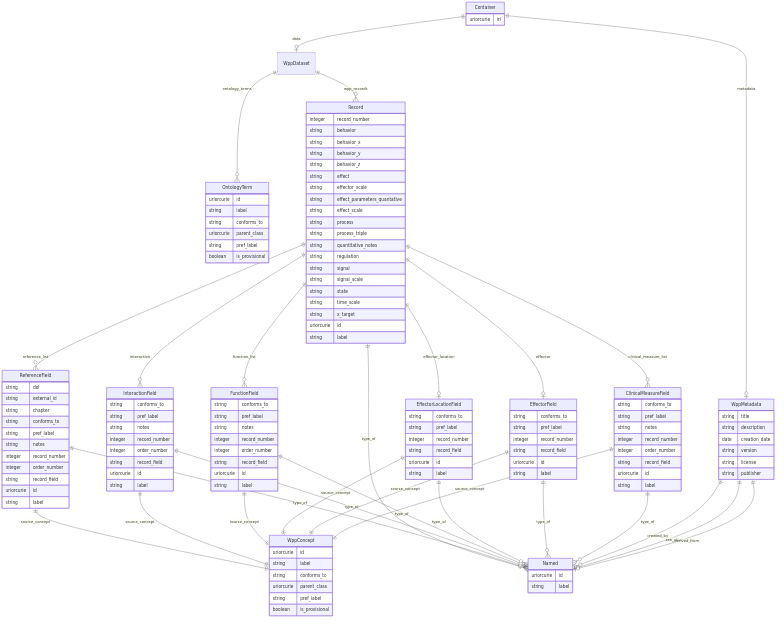
This is schema/wpp/draft/assets/schema.png from wholepersonproject/wpp-kg, a Mermaid export, as it was before one commit. Its source is kept beside it as schema/wpp/draft/assets/schema.mmd.
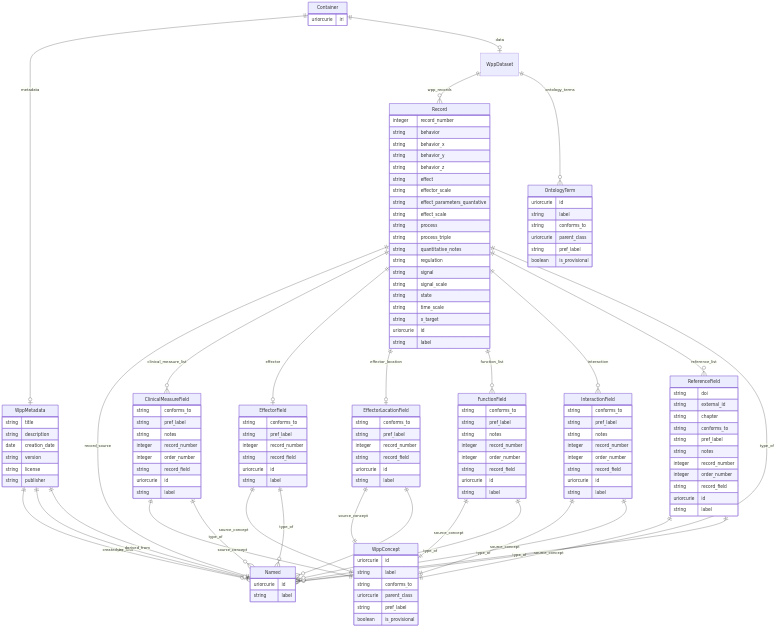
Later version of the same file.

Change to the diagram source:
```diff
@@ -119,6 +119,7 @@
 Container ||--|o WppDataset : "data"
 WppDataset ||--}o Record : "wpp_records"
 WppDataset ||--}o OntologyTerm : "ontology_terms"
+Record ||--|| Named : "record_source"
 Record ||--}o ClinicalMeasureField : "clinical_measure_list"
 Record ||--|o EffectorField : "effector"
 Record ||--|o EffectorLocationField : "effector_location"
```
